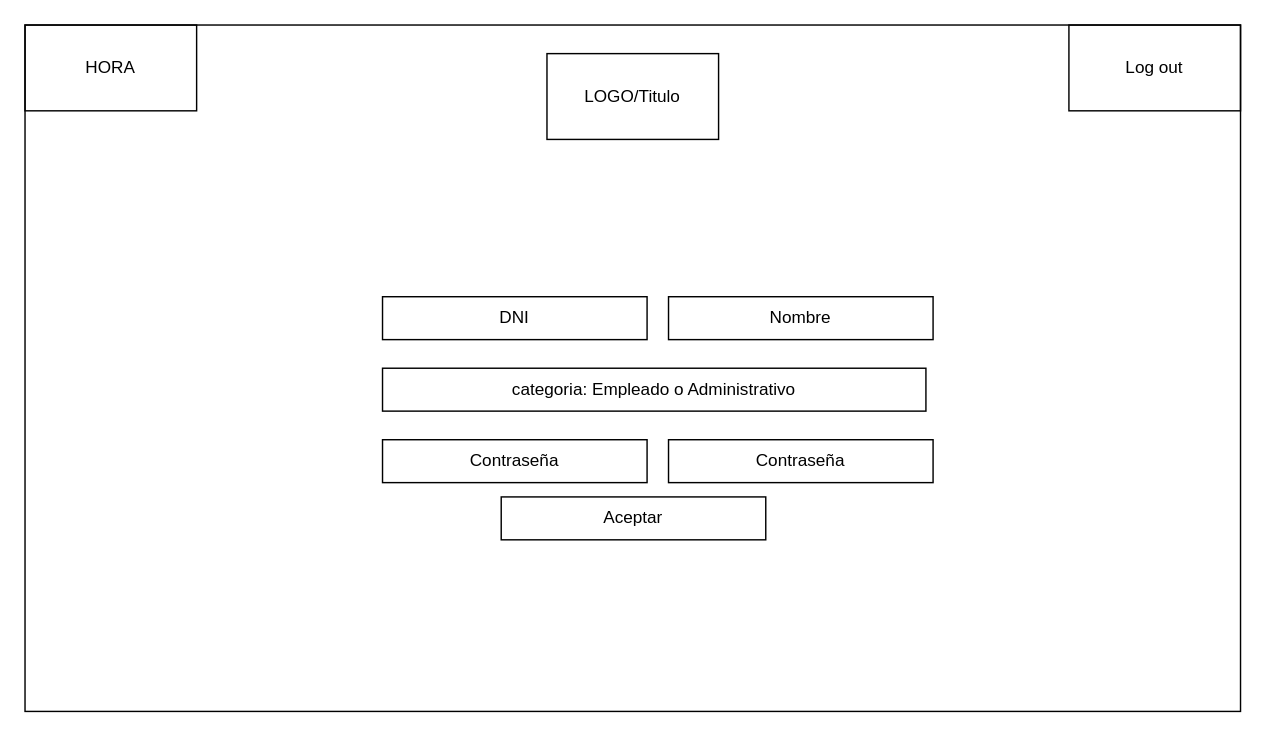
The draw.io diagram page "AddPersonal" (5 of 5) of docs/UI_UX.drawio in Universidad-Europea/PharmSquare, before the edit. Source tidied: cells renumbered, new cells numbered last; positions are measured from the earlier drawing's top-left corner, leaving out a move shared by most shapes. Both pictures are drawn from the tidied source at 143%, with x=0, y=0 at pixel (24, 24).
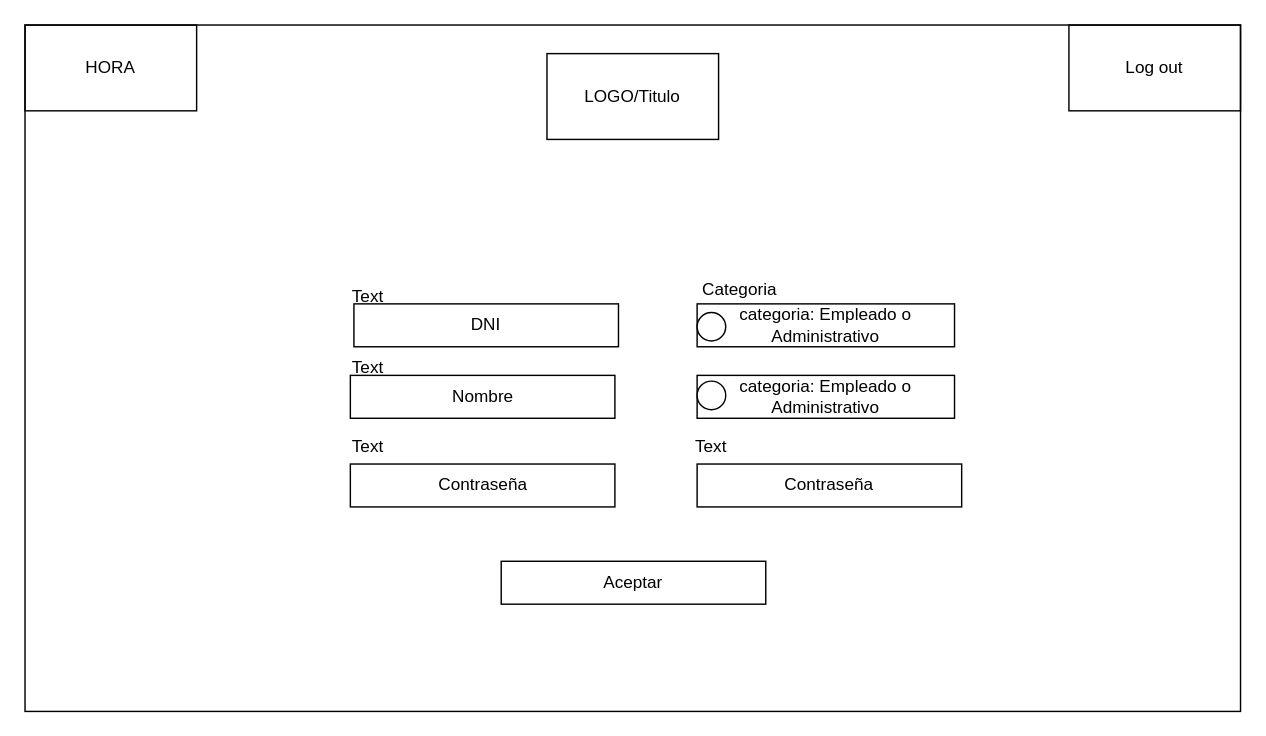
Above is the later version.

The edit, as a diff of the source:
```diff
@@
-    <mxCell id="6" value="DNI" style="rounded=0;whiteSpace=wrap;html=1;fillColor=none;" parent="1" vertex="1">
-      <mxGeometry x="250" y="190" width="185" height="30" as="geometry" />
-    </mxCell>
-    <mxCell id="7" value="Nombre" style="rounded=0;whiteSpace=wrap;html=1;fillColor=none;" parent="1" vertex="1">
-      <mxGeometry x="450" y="190" width="185" height="30" as="geometry" />
-    </mxCell>
-    <mxCell id="8" value="categoria: Empleado o Administrativo" style="rounded=0;whiteSpace=wrap;html=1;fillColor=none;" parent="1" vertex="1">
-      <mxGeometry x="250" y="240" width="380" height="30" as="geometry" />
-    </mxCell>
     <mxCell id="9" value="Contraseña" style="rounded=0;whiteSpace=wrap;html=1;fillColor=none;" parent="1" vertex="1">
-      <mxGeometry x="250" y="290" width="185" height="30" as="geometry" />
+      <mxGeometry x="227.5" y="307" width="185" height="30" as="geometry" />
     </mxCell>
     <mxCell id="10" value="Aceptar" style="rounded=0;whiteSpace=wrap;html=1;fillColor=none;" parent="1" vertex="1">
-      <mxGeometry x="333" y="330" width="185" height="30" as="geometry" />
+      <mxGeometry x="333" y="375" width="185" height="30" as="geometry" />
     </mxCell>
     <mxCell id="11" value="Contraseña" style="rounded=0;whiteSpace=wrap;html=1;fillColor=none;" parent="1" vertex="1">
-      <mxGeometry x="450" y="290" width="185" height="30" as="geometry" />
+      <mxGeometry x="470" y="307" width="185" height="30" as="geometry" />
     </mxCell>
+    <mxCell id="12" value="Categoria" style="text;html=1;strokeColor=none;fillColor=none;align=center;verticalAlign=middle;whiteSpace=wrap;rounded=0;" parent="1" vertex="1">
+      <mxGeometry x="470" y="170" width="60" height="30" as="geometry" />
+    </mxCell>
+    <mxCell id="13" value="Text" style="text;html=1;strokeColor=none;fillColor=none;align=center;verticalAlign=middle;whiteSpace=wrap;rounded=0;" parent="1" vertex="1">
+      <mxGeometry x="210" y="280" width="60" height="30" as="geometry" />
+    </mxCell>
+    <mxCell id="14" value="Text" style="text;html=1;strokeColor=none;fillColor=none;align=center;verticalAlign=middle;whiteSpace=wrap;rounded=0;" parent="1" vertex="1">
+      <mxGeometry x="450" y="280" width="60" height="30" as="geometry" />
+    </mxCell>
+    <mxCell id="15" style="group;" parent="1" vertex="1">
+      <mxGeometry x="470" y="195" width="180" height="30" as="geometry" />
+    </mxCell>
+    <mxCell id="8" value="categoria: Empleado o Administrativo" style="rounded=0;whiteSpace=wrap;html=1;fillColor=none;" parent="15" vertex="1">
+      <mxGeometry width="180" height="30" as="geometry" />
+    </mxCell>
+    <mxCell id="16" style="ellipse;whiteSpace=wrap;html=1;" parent="15" vertex="1">
+      <mxGeometry y="6" width="20" height="20" as="geometry" />
+    </mxCell>
+    <mxCell id="17" style="group;" parent="1" vertex="1">
+      <mxGeometry x="470" y="245" width="180" height="30" as="geometry" />
+    </mxCell>
+    <mxCell id="18" value="categoria: Empleado o Administrativo" style="rounded=0;whiteSpace=wrap;html=1;fillColor=none;" parent="17" vertex="1">
+      <mxGeometry width="180" height="30" as="geometry" />
+    </mxCell>
+    <mxCell id="19" style="ellipse;whiteSpace=wrap;html=1;" parent="17" vertex="1">
+      <mxGeometry y="4" width="20" height="20" as="geometry" />
+    </mxCell>
+    <mxCell id="20" style="group;" parent="1" vertex="1">
+      <mxGeometry x="210" y="225" width="202.5" height="50" as="geometry" />
+    </mxCell>
+    <mxCell id="7" value="Nombre" style="rounded=0;whiteSpace=wrap;html=1;fillColor=none;" parent="20" vertex="1">
+      <mxGeometry x="17.5" y="20" width="185" height="30" as="geometry" />
+    </mxCell>
+    <mxCell id="21" value="Text" style="text;html=1;strokeColor=none;fillColor=none;align=center;verticalAlign=middle;whiteSpace=wrap;rounded=0;" parent="20" vertex="1">
+      <mxGeometry width="60" height="30" as="geometry" />
+    </mxCell>
+    <mxCell id="22" style="group;" parent="1" vertex="1">
+      <mxGeometry x="210" y="175" width="205" height="50" as="geometry" />
+    </mxCell>
+    <mxCell id="6" value="DNI" style="rounded=0;whiteSpace=wrap;html=1;fillColor=none;" parent="22" vertex="1">
+      <mxGeometry x="20" y="20" width="185" height="30" as="geometry" />
+    </mxCell>
+    <mxCell id="23" value="Text" style="text;html=1;strokeColor=none;fillColor=none;align=center;verticalAlign=middle;whiteSpace=wrap;rounded=0;" parent="22" vertex="1">
+      <mxGeometry width="60" height="30" as="geometry" />
+    </mxCell>
```
